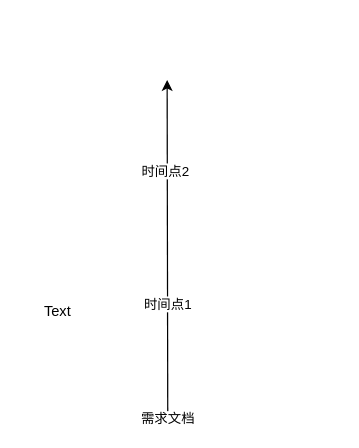
The draw.io diagram 低代码—交付速度—现状.drawio in tangyaosimida/love, before the edit. Source tidied: cells renumbered, new cells numbered last; positions are measured from the earlier drawing's top-left corner, leaving out a move shared by most shapes. Both pictures are drawn from the tidied source at 122%, with x=0, y=0 at pixel (21, 79).
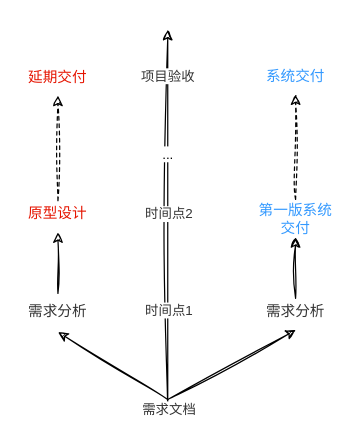
The same diagram, later.

Commit message (it also covers changes not shown here):
更新低代码—交付速度—现状.drawio

The edit, as a diff of the source:
```diff
@@
-    <mxCell id="2" style="endArrow=classic;html=1;rounded=0;entryX=0.442;entryY=0.278;entryDx=0;entryDy=0;entryPerimeter=0;" parent="1" edge="1">
+    <mxCell id="2" style="endArrow=classic;html=1;rounded=0;sketch=1;curveFitting=1;jiggle=2;" parent="1" edge="1">
       <mxGeometry relative="1" as="geometry">
-        <mxPoint x="120" y="275" as="sourcePoint" />
-        <mxPoint x="119.5" as="targetPoint" />
+        <mxPoint x="120" y="269" as="sourcePoint" />
+        <mxPoint x="120" y="-41" as="targetPoint" />
       </mxGeometry>
     </mxCell>
-    <mxCell id="3" value="时间点1" style="edgeLabel;html=1;align=center;verticalAlign=middle;" parent="2" vertex="1">
+    <mxCell id="3" value="时间点1" style="edgeLabel;html=1;align=center;verticalAlign=middle;fontColor=#333333;" parent="2" vertex="1">
       <mxGeometry x="0.03" y="-4" relative="1" as="geometry">
-        <mxPoint x="-4" y="51" as="offset" />
+        <mxPoint x="-4" y="79" as="offset" />
       </mxGeometry>
     </mxCell>
-    <mxCell id="4" value="需求文档" style="edgeLabel;html=1;align=center;verticalAlign=middle;" parent="2" vertex="1">
+    <mxCell id="4" value="需求文档" style="edgeLabel;html=1;align=center;verticalAlign=middle;fontColor=#333333;" parent="2" vertex="1">
       <mxGeometry x="-0.89" relative="1" as="geometry">
         <mxPoint y="17" as="offset" />
       </mxGeometry>
     </mxCell>
-    <mxCell id="5" value="时间点2" style="edgeLabel;html=1;align=center;verticalAlign=middle;" parent="2" vertex="1">
-      <mxGeometry x="0.46" y="2" relative="1" as="geometry" />
+    <mxCell id="5" value="时间点2" style="edgeLabel;html=1;align=center;verticalAlign=middle;fontColor=#333333;" parent="2" vertex="1">
+      <mxGeometry x="0.46" y="2" relative="1" as="geometry">
+        <mxPoint x="2" y="66" as="offset" />
+      </mxGeometry>
     </mxCell>
+    <mxCell id="7" value="..." style="edgeLabel;html=1;align=center;verticalAlign=middle;" parent="2" vertex="1">
+      <mxGeometry x="0.35" y="1" relative="1" as="geometry" />
+    </mxCell>
+    <mxCell id="8" value="项目验收" style="edgeLabel;html=1;align=center;verticalAlign=middle;fontColor=#333333;" parent="2" vertex="1">
+      <mxGeometry x="0.76" y="1" relative="1" as="geometry" />
+    </mxCell>
-    <mxCell id="6" value="Text" style="text;html=1;align=center;verticalAlign=middle;whiteSpace=wrap;rounded=0;" parent="1" vertex="1">
+    <mxCell id="6" value="需求分析" style="text;html=1;align=center;verticalAlign=middle;whiteSpace=wrap;rounded=0;fontColor=#333333;" parent="1" vertex="1">
       <mxGeometry y="175" width="60" height="30" as="geometry" />
     </mxCell>
+    <mxCell id="9" value="需求分析" style="text;html=1;align=center;verticalAlign=middle;whiteSpace=wrap;rounded=0;fontColor=#333333;" parent="1" vertex="1">
+      <mxGeometry x="195" y="175" width="60" height="30" as="geometry" />
+    </mxCell>
+    <mxCell id="10" value="原型设计" style="text;html=1;align=center;verticalAlign=middle;whiteSpace=wrap;rounded=0;fontColor=#E51400;" parent="1" vertex="1">
+      <mxGeometry y="95" width="60" height="30" as="geometry" />
+    </mxCell>
+    <mxCell id="11" value="第一版系统交付" style="text;html=1;align=center;verticalAlign=middle;whiteSpace=wrap;rounded=0;fontColor=#3399FF;" parent="1" vertex="1">
+      <mxGeometry x="190" y="99" width="70" height="30" as="geometry" />
+    </mxCell>
+    <mxCell id="12" style="endArrow=classic;html=1;rounded=0;entryX=0.5;entryY=1;entryDx=0;entryDy=0;sketch=1;curveFitting=1;jiggle=2;" parent="1" edge="1" target="9">
+      <mxGeometry relative="1" as="geometry">
+        <mxPoint x="120" y="262" as="sourcePoint" />
+      </mxGeometry>
+    </mxCell>
+    <mxCell id="13" style="endArrow=classic;html=1;rounded=0;entryX=0.502;entryY=1.061;entryDx=0;entryDy=0;entryPerimeter=0;sketch=1;curveFitting=1;jiggle=2;" parent="1" edge="1" target="6">
+      <mxGeometry relative="1" as="geometry">
+        <mxPoint x="120" y="262" as="sourcePoint" />
+      </mxGeometry>
+    </mxCell>
+    <mxCell id="14" style="endArrow=classic;html=1;rounded=0;exitX=0.5;exitY=0;exitDx=0;exitDy=0;entryX=0.5;entryY=1;entryDx=0;entryDy=0;sketch=1;curveFitting=1;jiggle=2;" parent="1" edge="1" source="6" target="10">
+      <mxGeometry relative="1" as="geometry" />
+    </mxCell>
+    <mxCell id="15" style="endArrow=classic;html=1;rounded=0;exitX=0.5;exitY=0;exitDx=0;exitDy=0;entryX=0.5;entryY=1;entryDx=0;entryDy=0;sketch=1;curveFitting=1;jiggle=2;" parent="1" edge="1">
+      <mxGeometry relative="1" as="geometry">
+        <mxPoint x="224.8" y="179" as="sourcePoint" />
+        <mxPoint x="224.8" y="129" as="targetPoint" />
+      </mxGeometry>
+    </mxCell>
+    <mxCell id="16" value="延期交付" style="text;html=1;align=center;verticalAlign=middle;whiteSpace=wrap;rounded=0;fontColor=#E51400;" parent="1" vertex="1">
+      <mxGeometry y="-17" width="60" height="30" as="geometry" />
+    </mxCell>
+    <mxCell id="17" value="系统交付" style="text;html=1;align=center;verticalAlign=middle;whiteSpace=wrap;rounded=0;fontColor=#3399FF;" parent="1" vertex="1">
+      <mxGeometry x="195" y="-18" width="60" height="30" as="geometry" />
+    </mxCell>
+    <mxCell id="18" style="endArrow=classic;html=1;rounded=0;entryX=0.5;entryY=1;entryDx=0;entryDy=0;dashed=1;sketch=1;curveFitting=1;jiggle=2;" parent="1" edge="1" target="16">
+      <mxGeometry relative="1" as="geometry">
+        <mxPoint x="30" y="99" as="sourcePoint" />
+      </mxGeometry>
+    </mxCell>
+    <mxCell id="19" style="endArrow=classic;html=1;rounded=0;entryX=0.5;entryY=1;entryDx=0;entryDy=0;dashed=1;sketch=1;curveFitting=1;jiggle=2;" parent="1" edge="1">
+      <mxGeometry relative="1" as="geometry">
+        <mxPoint x="224.8" y="98" as="sourcePoint" />
+        <mxPoint x="224.8" y="12" as="targetPoint" />
+      </mxGeometry>
+    </mxCell>
```
